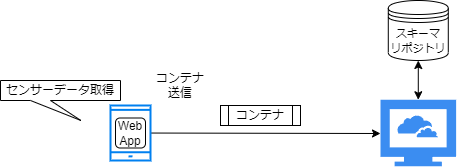
data-container-for-wearable-sensor/StartGuide keeps this draw.io diagram as docs/spec_guide/overview.drawio.png. Above is the earlier version. Source tidied: cells renumbered, new cells last; positions are measured from the earlier drawing's top-left corner, leaving out a move shared by most shapes.
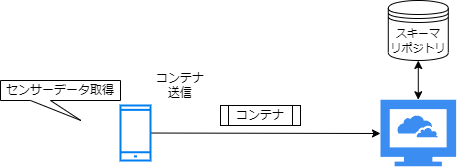
Above is the later version.

Change to the diagram source:
```diff
@@ -8,7 +8,7 @@
       </mxGeometry>
     </mxCell>
     <mxCell id="3" style="html=1;verticalLabelPosition=bottom;align=center;labelBackgroundColor=#ffffff;verticalAlign=top;strokeWidth=2;strokeColor=#0080F0;shadow=0;dashed=0;shape=mxgraph.ios7.icons.smartphone;" parent="1" vertex="1">
-      <mxGeometry x="110" y="105" width="40" height="55" as="geometry" />
+      <mxGeometry x="120" y="105" width="30" height="55" as="geometry" />
     </mxCell>
     <mxCell id="4" value="センサーデータ取得" style="shape=callout;whiteSpace=wrap;html=1;perimeter=calloutPerimeter;size=20;position=0.25;position2=0.67;" parent="1" vertex="1">
       <mxGeometry y="80" width="120" height="40" as="geometry" />
@@ -19,9 +19,6 @@
     <mxCell id="6" value="コンテナ" style="shape=process;whiteSpace=wrap;html=1;backgroundOutline=1;" parent="1" vertex="1">
       <mxGeometry x="220" y="105" width="80" height="20" as="geometry" />
     </mxCell>
-    <mxCell id="7" value="Web&lt;br&gt;App" style="rounded=1;whiteSpace=wrap;html=1;" parent="1" vertex="1">
-      <mxGeometry x="115" y="117.5" width="30" height="30" as="geometry" />
-    </mxCell>
     <mxCell id="8" style="sketch=0;html=1;strokeColor=none;shadow=0;align=center;verticalAlign=top;fillColor=#3B8DF1;shape=mxgraph.gcp2.cloud_computer;" parent="1" vertex="1">
       <mxGeometry x="380" y="99.2" width="75.6" height="66.5" as="geometry" />
     </mxCell>
```
